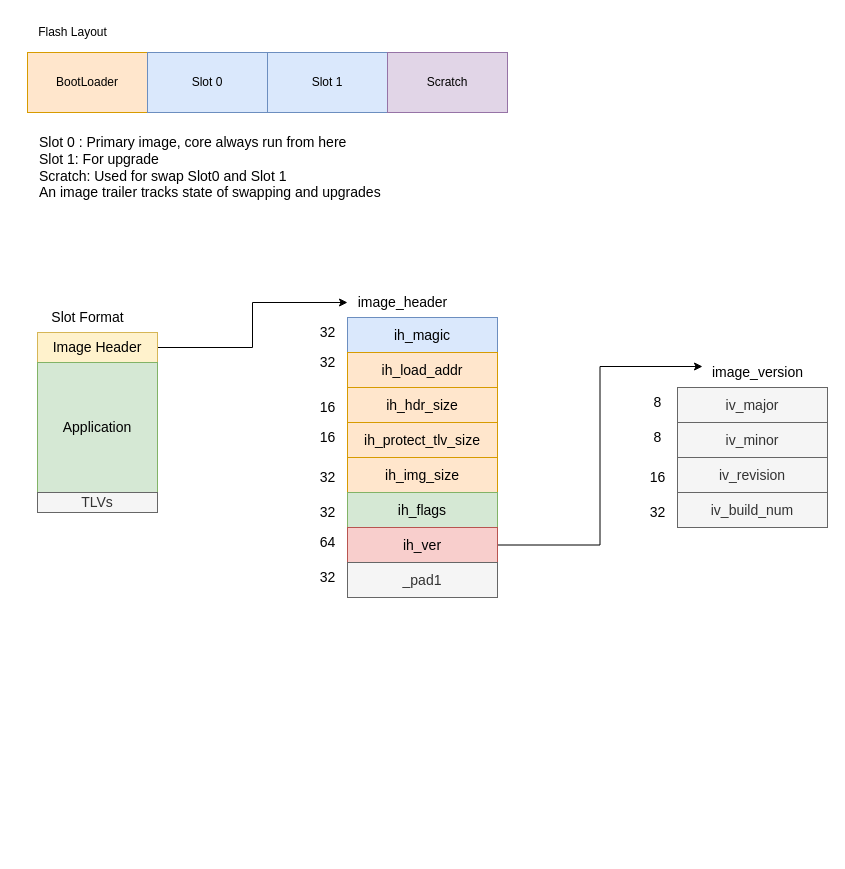
This is page "mcu_boot" (1 of 2) of renesas.drawio from thomas-coding/drawio, a draw.io file, before an edit. Source tidied: cells renumbered, new cells numbered last; positions are measured from the earlier drawing's top-left corner, leaving out a move shared by most shapes. Both pictures are drawn from the tidied source at 100%, with x=0, y=0 at pixel (27, 17).
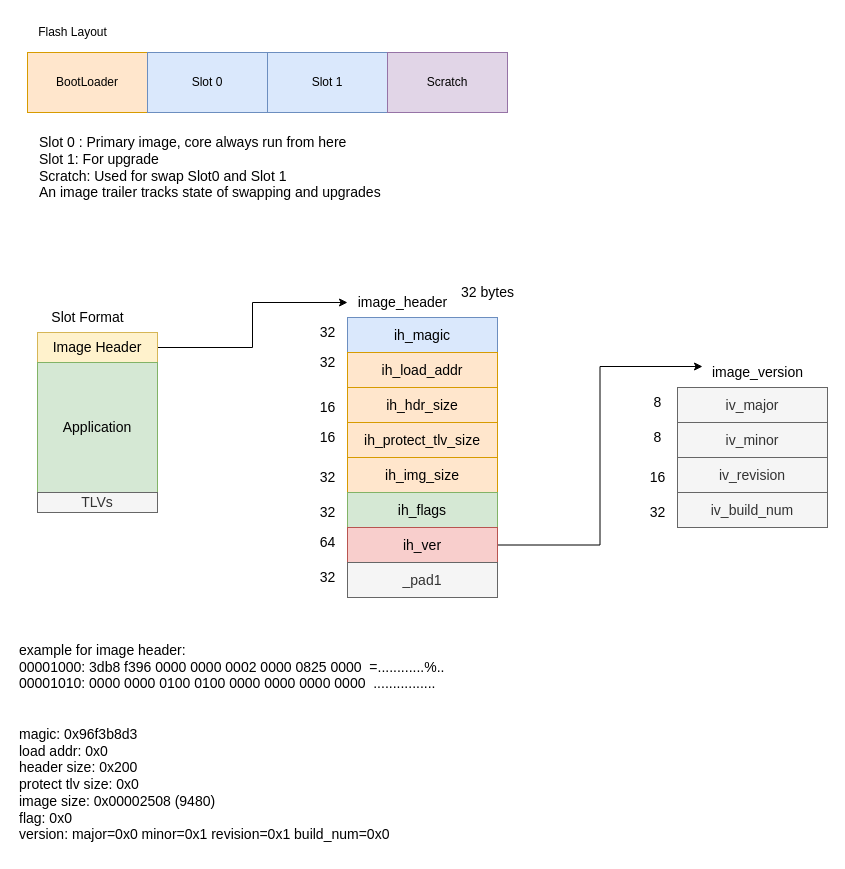
The same page after the edit.

The edit, as a diff of the source:
```diff
@@
+    <mxCell id="40" value="32 bytes" style="text;html=1;align=center;verticalAlign=middle;strokeColor=none;fillColor=none;fontSize=14;" parent="1" vertex="1">
+      <mxGeometry x="420" y="260" width="80" height="30" as="geometry" />
+    </mxCell>
+    <mxCell id="41" value="example for image header:&lt;br&gt;&lt;div&gt;00001000: 3db8 f396 0000 0000 0002 0000 0825 0000&amp;nbsp; =............%..&lt;/div&gt;&lt;div&gt;00001010: 0000 0000 0100 0100 0000 0000 0000 0000&amp;nbsp; ................&lt;/div&gt;&lt;div&gt;&lt;br&gt;&lt;/div&gt;&lt;div&gt;&lt;br&gt;&lt;/div&gt;&lt;div&gt;&lt;div&gt;magic: 0x96f3b8d3&lt;/div&gt;&lt;div&gt;load addr: 0x0&lt;/div&gt;&lt;div&gt;header size: 0x200&lt;/div&gt;&lt;div&gt;protect tlv size: 0x0&lt;/div&gt;&lt;div&gt;image size: 0x00002508 (9480)&lt;/div&gt;&lt;div&gt;flag: 0x0&lt;/div&gt;&lt;div&gt;version: major=0x0 minor=0x1 revision=0x1 build_num=0x0&lt;/div&gt;&lt;/div&gt;" style="text;html=1;align=left;verticalAlign=middle;strokeColor=none;fillColor=none;fontSize=14;" parent="1" vertex="1">
+      <mxGeometry x="-10" y="615" width="450" height="220" as="geometry" />
+    </mxCell>
```
